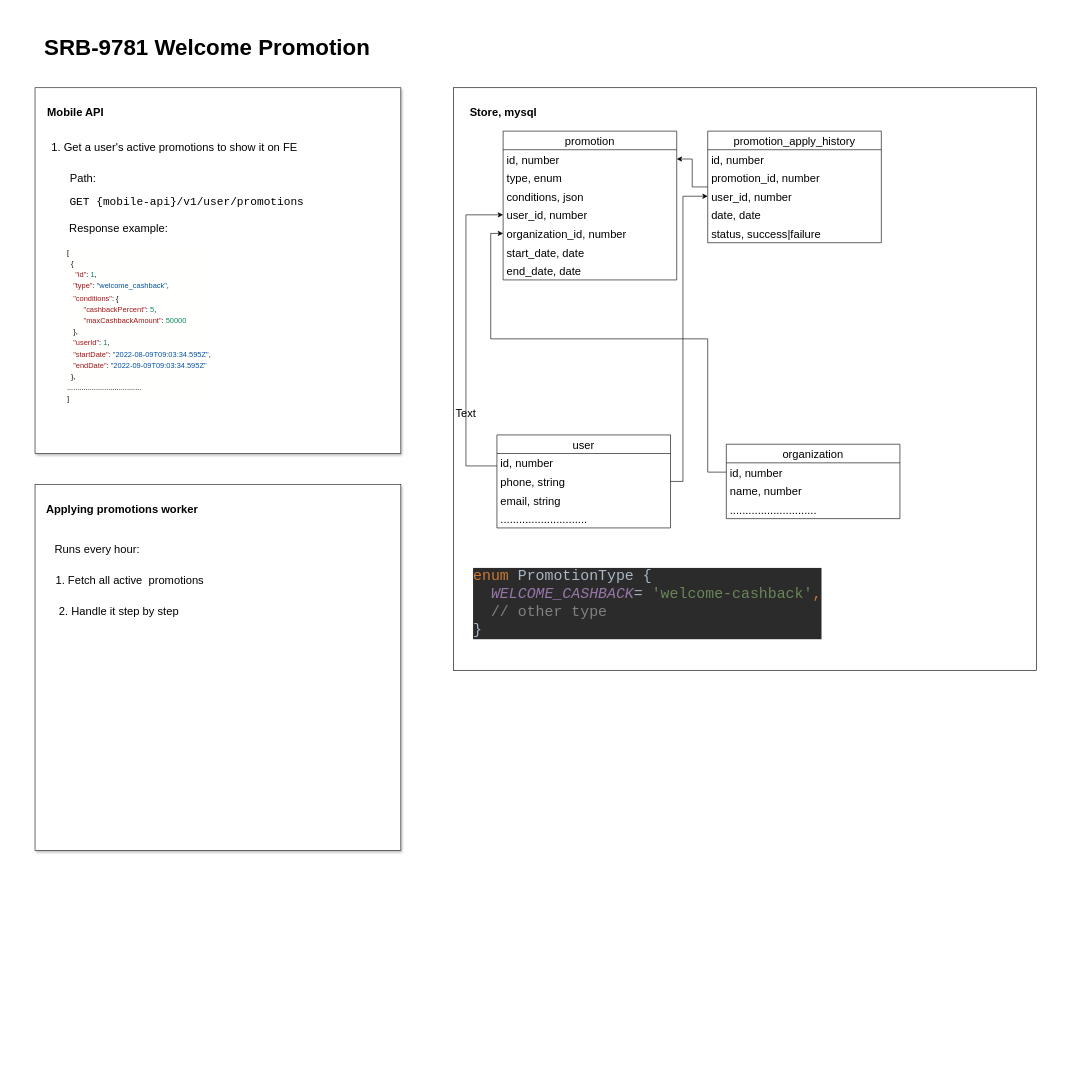
Before: diagrams/Untitled Diagram.drawio in koldunb/draw-io, a draw.io diagram. Source tidied: cells renumbered, new cells numbered last; positions are measured from the earlier drawing's top-left corner, leaving out a move shared by most shapes. Both pictures are drawn from the tidied source at 62%, with x=0, y=0 at pixel (35, 25).
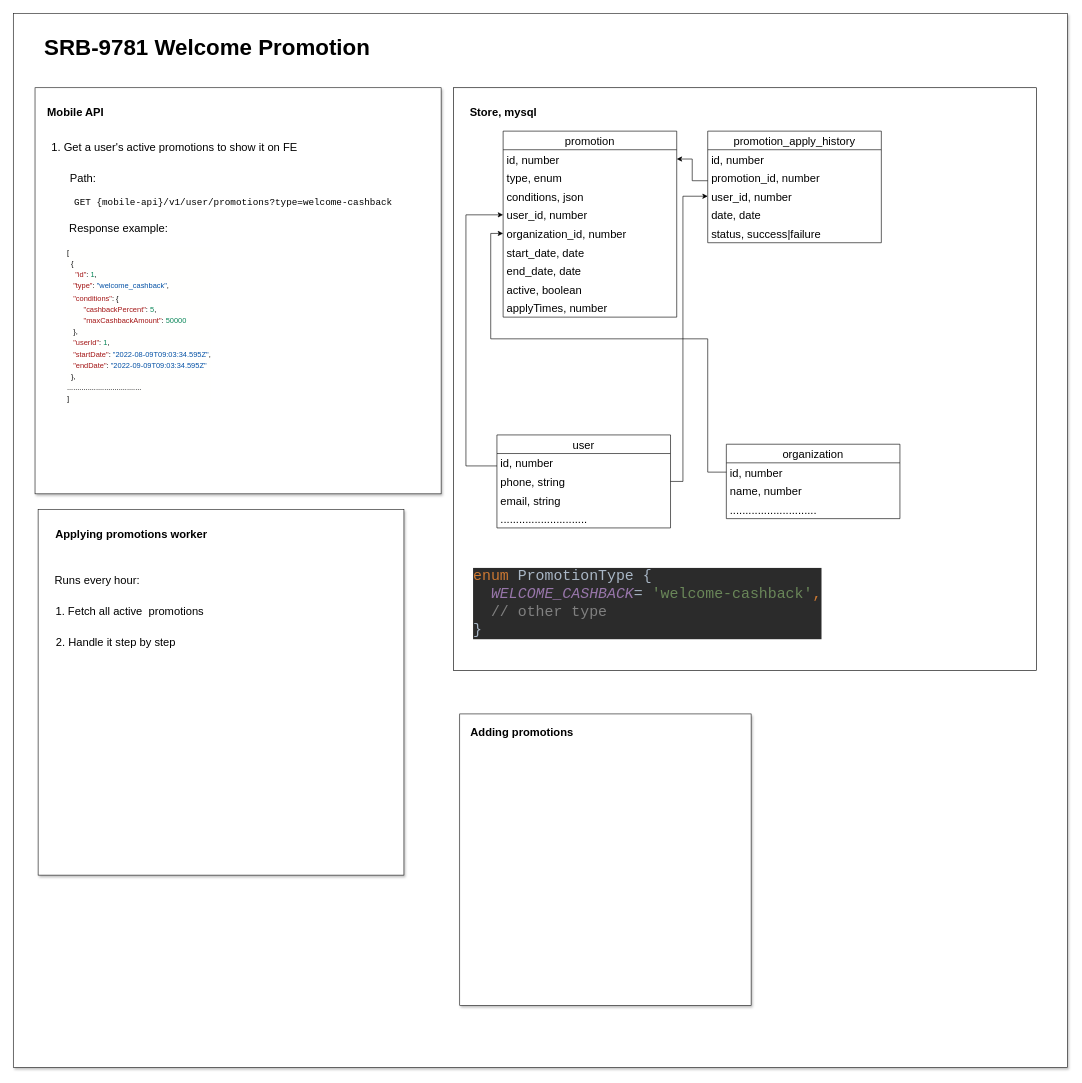
The same page after the edit.

Unchanged cells that the change refers to:
```xml
<mxCell id="7" value="id, number" style="text;strokeColor=none;fillColor=none;align=left;verticalAlign=middle;spacingLeft=4;spacingRight=4;overflow=hidden;points=[[0,0.5],[1,0.5]];portConstraint=eastwest;fontSize=18;" parent="6" vertex="1">
  <mxGeometry y="30" width="280" height="30" as="geometry" />
</mxCell>
<mxCell id="32" value="promotion_apply_history" style="swimlane;fontStyle=0;horizontal=1;startSize=30;fontSize=18;" parent="1" vertex="1">
  <mxGeometry x="1085" y="170" width="280" height="180" as="geometry" />
</mxCell>
```

The edit, as a diff of the source:
```diff
@@
+    <mxCell id="46" style="whiteSpace=wrap;html=1;shadow=1;fontSize=18;strokeColor=#1A1A1A;fillColor=#FFFFFF;" parent="1" vertex="1">
+      <mxGeometry x="-35" y="-20" width="1700" height="1700" as="geometry" />
+    </mxCell>
     <mxCell id="2" style="whiteSpace=wrap;html=1;shadow=1;fontSize=24;strokeColor=#1A1A1A;fillColor=#FFFFFF;" parent="1" vertex="1">
-      <mxGeometry y="740" width="590" height="590" as="geometry" />
+      <mxGeometry x="5" y="780" width="590" height="590" as="geometry" />
     </mxCell>
     <mxCell id="3" style="whiteSpace=wrap;html=1;shadow=1;fontSize=24;strokeColor=#1A1A1A;fillColor=#FFFFFF;" parent="1" vertex="1">
-      <mxGeometry y="100" width="590" height="590" as="geometry" />
+      <mxGeometry y="100" width="655" height="655" as="geometry" />
     </mxCell>
@@
     <mxCell id="6" value="promotion" style="swimlane;fontStyle=0;horizontal=1;startSize=30;fontSize=18;" parent="1" vertex="1">
-      <mxGeometry x="755" y="170" width="280" height="240" as="geometry" />
+      <mxGeometry x="755" y="170" width="280" height="300" as="geometry" />
     </mxCell>
@@
+    <mxCell id="47" value="active, boolean" style="text;strokeColor=none;fillColor=none;align=left;verticalAlign=middle;spacingLeft=4;spacingRight=4;overflow=hidden;fontSize=18;" parent="6" vertex="1">
+      <mxGeometry y="240" width="280" height="30" as="geometry" />
+    </mxCell>
+    <mxCell id="48" value="applyTimes, number" style="text;strokeColor=none;fillColor=none;align=left;verticalAlign=middle;spacingLeft=4;spacingRight=4;overflow=hidden;fontSize=18;" parent="6" vertex="1">
+      <mxGeometry y="270" width="280" height="30" as="geometry" />
+    </mxCell>
@@
-    <mxCell id="22" value="&lt;pre&gt;GET {mobile-api}/v1/user/promotions&lt;/pre&gt;" style="text;html=1;strokeColor=none;fillColor=none;align=center;verticalAlign=middle;whiteSpace=wrap;rounded=0;fontSize=18;" parent="1" vertex="1">
-      <mxGeometry x="55" y="270" width="380" height="30" as="geometry" />
+    <mxCell id="22" value="&lt;pre&gt;&lt;font style=&quot;font-size: 15px;&quot;&gt;GET {mobile-api}/v1/user/promotions?type=welcome-cashback&lt;/font&gt;&lt;/pre&gt;" style="text;html=1;strokeColor=none;fillColor=none;align=center;verticalAlign=middle;whiteSpace=wrap;rounded=0;fontSize=18;" parent="1" vertex="1">
+      <mxGeometry x="50" y="270" width="540" height="30" as="geometry" />
     </mxCell>
@@
     <mxCell id="24" value="1. &lt;font style=&quot;font-size: 18px;&quot;&gt;Fetch all&amp;nbsp;active&amp;nbsp; promotions&lt;/font&gt;&amp;nbsp;" style="text;html=1;align=center;verticalAlign=middle;strokeColor=none;fillColor=none;fontSize=18;" parent="1" vertex="1">
-      <mxGeometry x="25" y="880" width="260" height="30" as="geometry" />
+      <mxGeometry x="25" y="930" width="260" height="30" as="geometry" />
     </mxCell>
     <mxCell id="25" value="2. Handle it step by step" style="text;html=1;align=center;verticalAlign=middle;strokeColor=none;fillColor=none;fontSize=18;" parent="1" vertex="1">
-      <mxGeometry x="30" y="930" width="210" height="30" as="geometry" />
+      <mxGeometry x="25" y="980" width="210" height="30" as="geometry" />
     </mxCell>
@@
     <mxCell id="31" style="edgeStyle=orthogonalEdgeStyle;rounded=0;jettySize=auto;html=1;entryX=1;entryY=0.5;entryDx=0;entryDy=0;fontSize=24;" parent="1" edge="1" source="32" target="7">
-      <mxGeometry relative="1" as="geometry" />
+      <mxGeometry relative="1" as="geometry">
+        <Array as="points">
+          <mxPoint x="1060" y="250" />
+          <mxPoint x="1060" y="215" />
+        </Array>
+      </mxGeometry>
     </mxCell>
@@
     <mxCell id="43" value="&lt;span style=&quot;font-size: 18px;&quot;&gt;&lt;b&gt;Applying promotions worker&lt;/b&gt;&lt;/span&gt;" style="text;html=1;align=center;verticalAlign=middle;strokeColor=none;fillColor=none;" parent="1" vertex="1">
-      <mxGeometry x="10" y="770" width="260" height="20" as="geometry" />
+      <mxGeometry x="25" y="810" width="260" height="20" as="geometry" />
     </mxCell>
-    <mxCell id="44" value="Text" style="text;html=1;strokeColor=none;fillColor=none;align=center;verticalAlign=middle;whiteSpace=wrap;rounded=0;shadow=1;fontSize=18;" parent="1" vertex="1">
-      <mxGeometry x="665" y="610" width="60" height="30" as="geometry" />
-    </mxCell>
     <mxCell id="45" value="Runs every hour:" style="text;html=1;align=center;verticalAlign=middle;strokeColor=none;fillColor=none;fontSize=18;" parent="1" vertex="1">
-      <mxGeometry x="25" y="830" width="150" height="30" as="geometry" />
+      <mxGeometry x="25" y="880" width="150" height="30" as="geometry" />
     </mxCell>
+    <mxCell id="49" style="whiteSpace=wrap;html=1;shadow=1;fontSize=18;strokeColor=#1A1A1A;fillColor=#FFFFFF;" parent="1" vertex="1">
+      <mxGeometry x="685" y="1110" width="470" height="470" as="geometry" />
+    </mxCell>
+    <mxCell id="50" value="&lt;span style=&quot;font-size: 18px;&quot;&gt;&lt;b&gt;Adding promotions&lt;/b&gt;&lt;/span&gt;" style="text;html=1;align=center;verticalAlign=middle;strokeColor=none;fillColor=none;" parent="1" vertex="1">
+      <mxGeometry x="695" y="1130" width="180" height="20" as="geometry" />
+    </mxCell>
```
